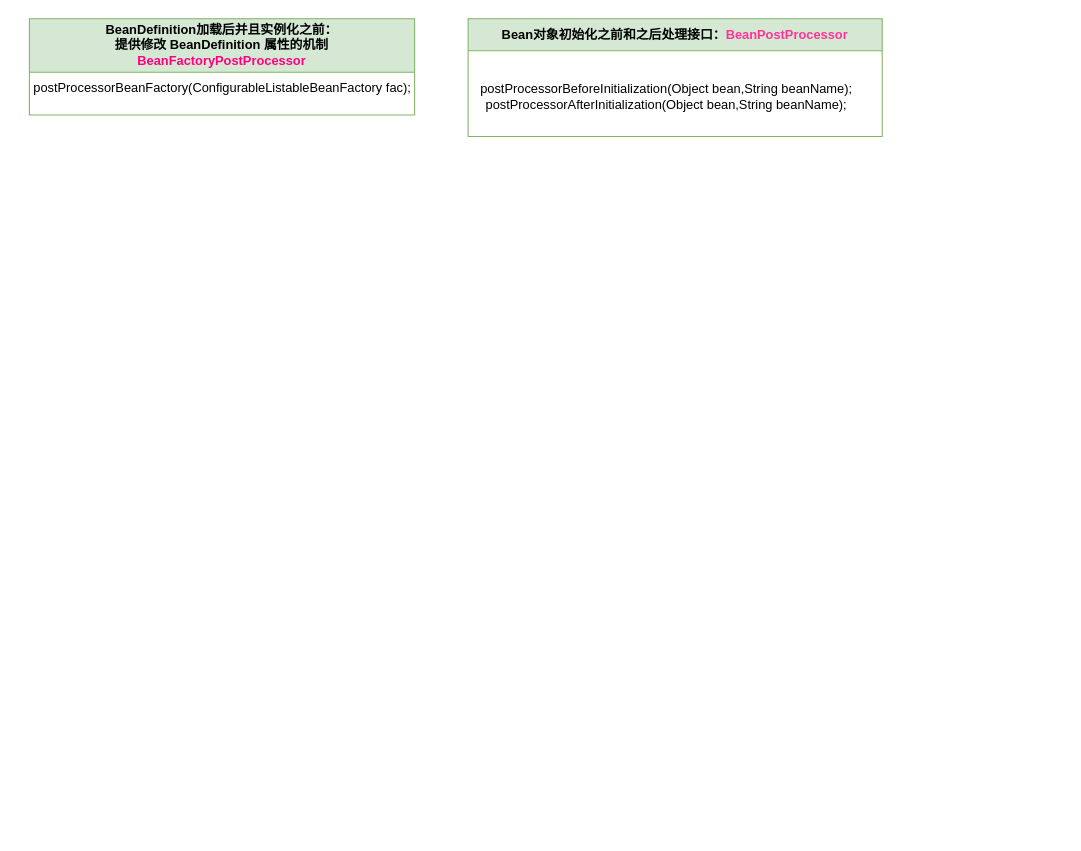
The draw.io diagram 4-实现应用上下文.drawio in RemainderTime/spring-drawio, before the edit. Source tidied: cells renumbered, new cells numbered last; positions are measured from the earlier drawing's top-left corner, leaving out a move shared by most shapes. Both pictures are drawn from the tidied source at 107%, with x=0, y=0 at pixel (18, 18).
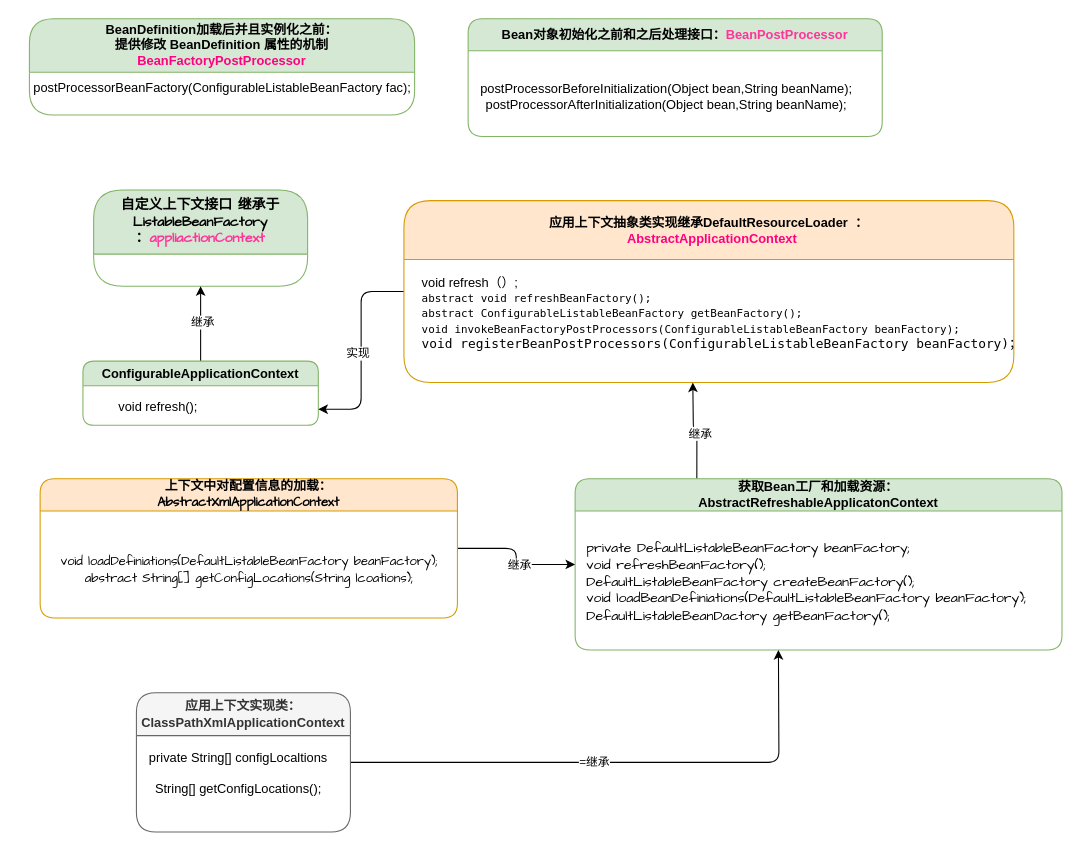
The same page after the edit.

Commit message:
4-实现应用上下文.drawio

Change to the diagram source:
```diff
@@
-    <mxCell id="2" value="BeanDefinition加载后并且实例化之前：&lt;br&gt;提供修改 BeanDefinition 属性的机制&lt;br&gt;&lt;font color=&quot;#ff0080&quot;&gt;BeanFactoryPostProcessor&lt;/font&gt;" style="swimlane;whiteSpace=wrap;html=1;fillColor=#d5e8d4;strokeColor=#82b366;startSize=50;" parent="1" vertex="1">
+    <mxCell id="2" value="BeanDefinition加载后并且实例化之前：&lt;br&gt;提供修改 BeanDefinition 属性的机制&lt;br&gt;&lt;font color=&quot;#ff0080&quot;&gt;BeanFactoryPostProcessor&lt;/font&gt;" style="swimlane;whiteSpace=wrap;html=1;fillColor=#d5e8d4;strokeColor=#82b366;startSize=50;rounded=1;" parent="1" vertex="1">
       <mxGeometry x="10" width="360" height="90" as="geometry" />
     </mxCell>
-    <mxCell id="3" value="postProcessorBeanFactory(ConfigurableListableBeanFactory fac);&lt;br&gt;" style="text;html=1;align=center;verticalAlign=middle;strokeColor=none;fillColor=none;" parent="2" vertex="1">
+    <mxCell id="3" value="postProcessorBeanFactory(ConfigurableListableBeanFactory fac);&lt;br&gt;" style="text;html=1;align=center;verticalAlign=middle;strokeColor=none;fillColor=none;rounded=1;" parent="2" vertex="1">
       <mxGeometry x="-10" y="50" width="380" height="30" as="geometry" />
     </mxCell>
-    <mxCell id="4" value="Bean对象初始化之前和之后处理接口：&lt;font color=&quot;#ff3399&quot;&gt;BeanPostProcessor&lt;/font&gt;" style="swimlane;whiteSpace=wrap;html=1;startSize=30;fillColor=#d5e8d4;strokeColor=#82b366;" parent="1" vertex="1">
+    <mxCell id="4" value="Bean对象初始化之前和之后处理接口：&lt;font color=&quot;#ff3399&quot;&gt;BeanPostProcessor&lt;/font&gt;" style="swimlane;whiteSpace=wrap;html=1;startSize=30;fillColor=#d5e8d4;strokeColor=#82b366;rounded=1;" parent="1" vertex="1">
       <mxGeometry x="420" width="387" height="110" as="geometry" />
     </mxCell>
-    <mxCell id="5" value="postProcessorBeforeInitialization(Object bean,String beanName);&lt;br&gt;postProcessorAfterInitialization(Object bean,String beanName);" style="text;html=1;align=center;verticalAlign=middle;strokeColor=none;fillColor=none;" parent="4" vertex="1">
+    <mxCell id="5" value="postProcessorBeforeInitialization(Object bean,String beanName);&lt;br&gt;postProcessorAfterInitialization(Object bean,String beanName);" style="text;html=1;align=center;verticalAlign=middle;strokeColor=none;fillColor=none;rounded=1;" parent="4" vertex="1">
       <mxGeometry y="53" width="370" height="40" as="geometry" />
     </mxCell>
+    <mxCell id="6" value="自定义上下文接口 继承于ListableBeanFactory&lt;br&gt;：&lt;font color=&quot;#ff3399&quot;&gt;appliactionContext&lt;/font&gt;" style="swimlane;whiteSpace=wrap;html=1;rounded=1;startSize=60;fontFamily=Comic Sans MS;fontSize=13;fillColor=#d5e8d4;strokeColor=#82b366;" parent="1" vertex="1">
+      <mxGeometry x="70" y="160" width="200" height="90" as="geometry" />
+    </mxCell>
+    <mxCell id="7" style="edgeStyle=orthogonalEdgeStyle;rounded=1;jettySize=auto;html=1;exitX=0.5;exitY=0;exitDx=0;exitDy=0;entryX=0.5;entryY=1;entryDx=0;entryDy=0;" parent="1" edge="1" source="9" target="6">
+      <mxGeometry relative="1" as="geometry" />
+    </mxCell>
+    <mxCell id="8" value="继承" style="edgeLabel;html=1;align=center;verticalAlign=middle;" parent="7" vertex="1">
+      <mxGeometry x="0.06" y="-1" relative="1" as="geometry" />
+    </mxCell>
+    <mxCell id="9" value="ConfigurableApplicationContext" style="swimlane;whiteSpace=wrap;html=1;rounded=1;fillColor=#d5e8d4;strokeColor=#82b366;" parent="1" vertex="1">
+      <mxGeometry x="60" y="320" width="220" height="60" as="geometry" />
+    </mxCell>
+    <mxCell id="10" value="void refresh();" style="text;html=1;align=center;verticalAlign=middle;strokeColor=none;fillColor=none;" parent="1" vertex="1">
+      <mxGeometry x="80" y="348" width="100" height="30" as="geometry" />
+    </mxCell>
+    <mxCell id="11" style="edgeStyle=orthogonalEdgeStyle;rounded=1;jettySize=auto;html=1;exitX=0;exitY=0.5;exitDx=0;exitDy=0;entryX=1;entryY=0.75;entryDx=0;entryDy=0;" parent="1" edge="1" source="13" target="9">
+      <mxGeometry relative="1" as="geometry" />
+    </mxCell>
+    <mxCell id="12" value="实现" style="edgeLabel;html=1;align=center;verticalAlign=middle;" parent="11" vertex="1">
+      <mxGeometry x="0.02" y="-4" relative="1" as="geometry" />
+    </mxCell>
+    <mxCell id="13" value="应用上下文抽象类实现继承DefaultResourceLoader&amp;nbsp; ：&lt;br&gt;&amp;nbsp;&amp;nbsp;&lt;font color=&quot;#ff0080&quot;&gt;AbstractApplicationContext&lt;/font&gt;" style="swimlane;whiteSpace=wrap;html=1;rounded=1;fillColor=#ffe6cc;strokeColor=#d79b00;startSize=55;" parent="1" vertex="1">
+      <mxGeometry x="360" y="170" width="570" height="170" as="geometry" />
+    </mxCell>
+    <mxCell id="14" value="void refresh（）;&lt;br&gt;&lt;div style=&quot;&quot;&gt;&lt;span style=&quot;background-color: transparent; font-size: 0.85em; font-family: source-code-pro, Menlo, Monaco, Consolas, &amp;quot;Courier New&amp;quot;, monospace;&quot; class=&quot;token keyword&quot;&gt;abstract void&lt;/span&gt;&lt;span style=&quot;background-color: transparent; font-size: 0.85em; font-family: source-code-pro, Menlo, Monaco, Consolas, &amp;quot;Courier New&amp;quot;, monospace;&quot;&gt; &lt;/span&gt;&lt;span style=&quot;background-color: transparent; font-size: 0.85em; font-family: source-code-pro, Menlo, Monaco, Consolas, &amp;quot;Courier New&amp;quot;, monospace;&quot; class=&quot;token function&quot;&gt;refreshBeanFactory&lt;/span&gt;&lt;span style=&quot;background-color: transparent; font-size: 0.85em; font-family: source-code-pro, Menlo, Monaco, Consolas, &amp;quot;Courier New&amp;quot;, monospace;&quot; class=&quot;token punctuation&quot;&gt;(&lt;/span&gt;&lt;span style=&quot;background-color: transparent; font-size: 0.85em; font-family: source-code-pro, Menlo, Monaco, Consolas, &amp;quot;Courier New&amp;quot;, monospace;&quot; class=&quot;token punctuation&quot;&gt;);&lt;/span&gt;&lt;/div&gt;&lt;div style=&quot;&quot;&gt;&lt;span style=&quot;background-color: transparent; font-family: source-code-pro, Menlo, Monaco, Consolas, &amp;quot;Courier New&amp;quot;, monospace; font-size: 0.85em;&quot; class=&quot;token class-name&quot;&gt;abstract ConfigurableListableBeanFactory&lt;/span&gt;&lt;span style=&quot;background-color: transparent; font-family: source-code-pro, Menlo, Monaco, Consolas, &amp;quot;Courier New&amp;quot;, monospace; font-size: 0.85em;&quot;&gt; &lt;/span&gt;&lt;span style=&quot;background-color: transparent; font-family: source-code-pro, Menlo, Monaco, Consolas, &amp;quot;Courier New&amp;quot;, monospace; font-size: 0.85em;&quot; class=&quot;token function&quot;&gt;getBeanFactory&lt;/span&gt;&lt;span style=&quot;background-color: transparent; font-family: source-code-pro, Menlo, Monaco, Consolas, &amp;quot;Courier New&amp;quot;, monospace; font-size: 0.85em;&quot; class=&quot;token punctuation&quot;&gt;(&lt;/span&gt;&lt;span style=&quot;background-color: transparent; font-family: source-code-pro, Menlo, Monaco, Consolas, &amp;quot;Courier New&amp;quot;, monospace; font-size: 0.85em;&quot; class=&quot;token punctuation&quot;&gt;)&lt;/span&gt;&lt;span style=&quot;background-color: transparent; font-family: source-code-pro, Menlo, Monaco, Consolas, &amp;quot;Courier New&amp;quot;, monospace; font-size: 0.85em;&quot; class=&quot;token punctuation&quot;&gt;;&lt;/span&gt;&lt;/div&gt;&lt;div style=&quot;&quot;&gt;&lt;span style=&quot;background-color: transparent; font-family: source-code-pro, Menlo, Monaco, Consolas, &amp;quot;Courier New&amp;quot;, monospace; font-size: 0.85em;&quot; class=&quot;token function&quot;&gt;void invokeBeanFactoryPostProcessors&lt;/span&gt;&lt;span style=&quot;background-color: transparent; font-family: source-code-pro, Menlo, Monaco, Consolas, &amp;quot;Courier New&amp;quot;, monospace; font-size: 0.85em;&quot; class=&quot;token punctuation&quot;&gt;(&lt;/span&gt;&lt;span style=&quot;background-color: transparent; font-family: source-code-pro, Menlo, Monaco, Consolas, &amp;quot;Courier New&amp;quot;, monospace; font-size: 0.85em;&quot; class=&quot;token class-name&quot;&gt;ConfigurableListableBeanFactory&lt;/span&gt;&lt;span style=&quot;background-color: transparent; font-family: source-code-pro, Menlo, Monaco, Consolas, &amp;quot;Courier New&amp;quot;, monospace; font-size: 0.85em;&quot;&gt; beanFactory&lt;/span&gt;&lt;span style=&quot;background-color: transparent; font-family: source-code-pro, Menlo, Monaco, Consolas, &amp;quot;Courier New&amp;quot;, monospace; font-size: 0.85em;&quot; class=&quot;token punctuation&quot;&gt;);&lt;/span&gt;&lt;/div&gt;&lt;div style=&quot;&quot;&gt;&lt;span style=&quot;background-color: transparent;&quot; class=&quot;token punctuation&quot;&gt;&lt;font face=&quot;source-code-pro, Menlo, Monaco, Consolas, Courier New, monospace&quot;&gt;void registerBeanPostProcessors(ConfigurableListableBeanFactory beanFactory)；&lt;/font&gt;&lt;br&gt;&lt;/span&gt;&lt;/div&gt;" style="text;html=1;align=left;verticalAlign=middle;strokeColor=none;fillColor=none;" parent="13" vertex="1">
+      <mxGeometry x="15" y="60" width="560" height="90" as="geometry" />
+    </mxCell>
+    <mxCell id="15" style="edgeStyle=orthogonalEdgeStyle;rounded=1;jettySize=auto;html=1;exitX=0.25;exitY=0;exitDx=0;exitDy=0;" parent="1" edge="1" source="17">
+      <mxGeometry relative="1" as="geometry">
+        <mxPoint x="630" y="340" as="targetPoint" />
+      </mxGeometry>
+    </mxCell>
+    <mxCell id="16" value="继承" style="edgeLabel;html=1;align=center;verticalAlign=middle;" parent="15" vertex="1">
+      <mxGeometry x="-0.08" y="-3" relative="1" as="geometry" />
+    </mxCell>
+    <mxCell id="17" value="获取Bean工厂和加载资源：&lt;br&gt;AbstractRefreshableApplicatonContext" style="swimlane;whiteSpace=wrap;html=1;rounded=1;startSize=30;fillColor=#d5e8d4;strokeColor=#82b366;" parent="1" vertex="1">
+      <mxGeometry x="520" y="430" width="455" height="160" as="geometry" />
+    </mxCell>
+    <mxCell id="18" value="&lt;font style=&quot;font-size: 13px;&quot;&gt;&lt;br&gt;&lt;/font&gt;&lt;div style=&quot;font-size: 13px;&quot;&gt;&lt;span style=&quot;background-color: initial;&quot;&gt;&lt;font style=&quot;font-size: 13px;&quot;&gt;private DefaultListableBeanFactory beanFactory;&lt;/font&gt;&lt;/span&gt;&lt;/div&gt;&lt;font style=&quot;font-size: 13px;&quot;&gt;void refreshBeanFactory();&lt;br&gt;DefaultListableBeanFactory createBeanFactory();&lt;br&gt;void loadBeanDefiniations(DefaultListableBeanFactory beanFactory);&lt;br&gt;DefaultListableBeanDactory getBeanFactory();&lt;/font&gt;" style="text;html=1;align=left;verticalAlign=middle;strokeColor=none;fillColor=none;fontFamily=Comic Sans MS;spacing=6;spacingTop=7;" parent="17" vertex="1">
+      <mxGeometry x="5" y="25" width="450" height="120" as="geometry" />
+    </mxCell>
+    <mxCell id="19" style="edgeStyle=orthogonalEdgeStyle;rounded=1;jettySize=auto;html=1;exitX=1;exitY=0.5;exitDx=0;exitDy=0;entryX=0;entryY=0.5;entryDx=0;entryDy=0;" parent="1" edge="1" source="21" target="17">
+      <mxGeometry relative="1" as="geometry" />
+    </mxCell>
+    <mxCell id="20" value="继承" style="edgeLabel;html=1;align=center;verticalAlign=middle;" parent="19" vertex="1">
+      <mxGeometry x="0.15" relative="1" as="geometry" />
+    </mxCell>
+    <mxCell id="21" value="上下文中对配置信息的加载：&lt;br&gt;AbstractXmlApplicationContext" style="swimlane;whiteSpace=wrap;html=1;rounded=1;startSize=30;fillColor=#ffe6cc;strokeColor=#d79b00;fontFamily=Comic Sans MS;" parent="1" vertex="1">
+      <mxGeometry x="20" y="430" width="390" height="130" as="geometry" />
+    </mxCell>
+    <mxCell id="22" value="&lt;font face=&quot;Comic Sans MS&quot;&gt;void loadDefiniations(DefaultListableBeanFactory beanFactory);&lt;br&gt;abstract String[] getConfigLocations(String lcoations);&lt;br&gt;&lt;/font&gt;" style="text;html=1;align=center;verticalAlign=middle;strokeColor=none;fillColor=none;" parent="21" vertex="1">
+      <mxGeometry x="5" y="65" width="380" height="40" as="geometry" />
+    </mxCell>
+    <mxCell id="23" style="edgeStyle=orthogonalEdgeStyle;rounded=1;jettySize=auto;html=1;exitX=1;exitY=0.5;exitDx=0;exitDy=0;" parent="1" edge="1" source="25">
+      <mxGeometry relative="1" as="geometry">
+        <mxPoint x="710" y="590" as="targetPoint" />
+      </mxGeometry>
+    </mxCell>
+    <mxCell id="24" value="=继承" style="edgeLabel;html=1;align=center;verticalAlign=middle;" parent="23" vertex="1">
+      <mxGeometry x="-0.1" y="1" relative="1" as="geometry" />
+    </mxCell>
+    <mxCell id="25" value="应用上下文实现类：&lt;br&gt;ClassPathXmlApplicationContext" style="swimlane;whiteSpace=wrap;html=1;rounded=1;startSize=40;fillColor=#f5f5f5;strokeColor=#666666;fontColor=#333333;" parent="1" vertex="1">
+      <mxGeometry x="110" y="630" width="200" height="130" as="geometry" />
+    </mxCell>
+    <mxCell id="26" value="private String[] configLocaltions&lt;br&gt;&lt;br&gt;String[] getConfigLocations();" style="text;html=1;align=center;verticalAlign=middle;strokeColor=none;fillColor=none;" parent="25" vertex="1">
+      <mxGeometry y="45" width="190" height="60" as="geometry" />
+    </mxCell>
```
